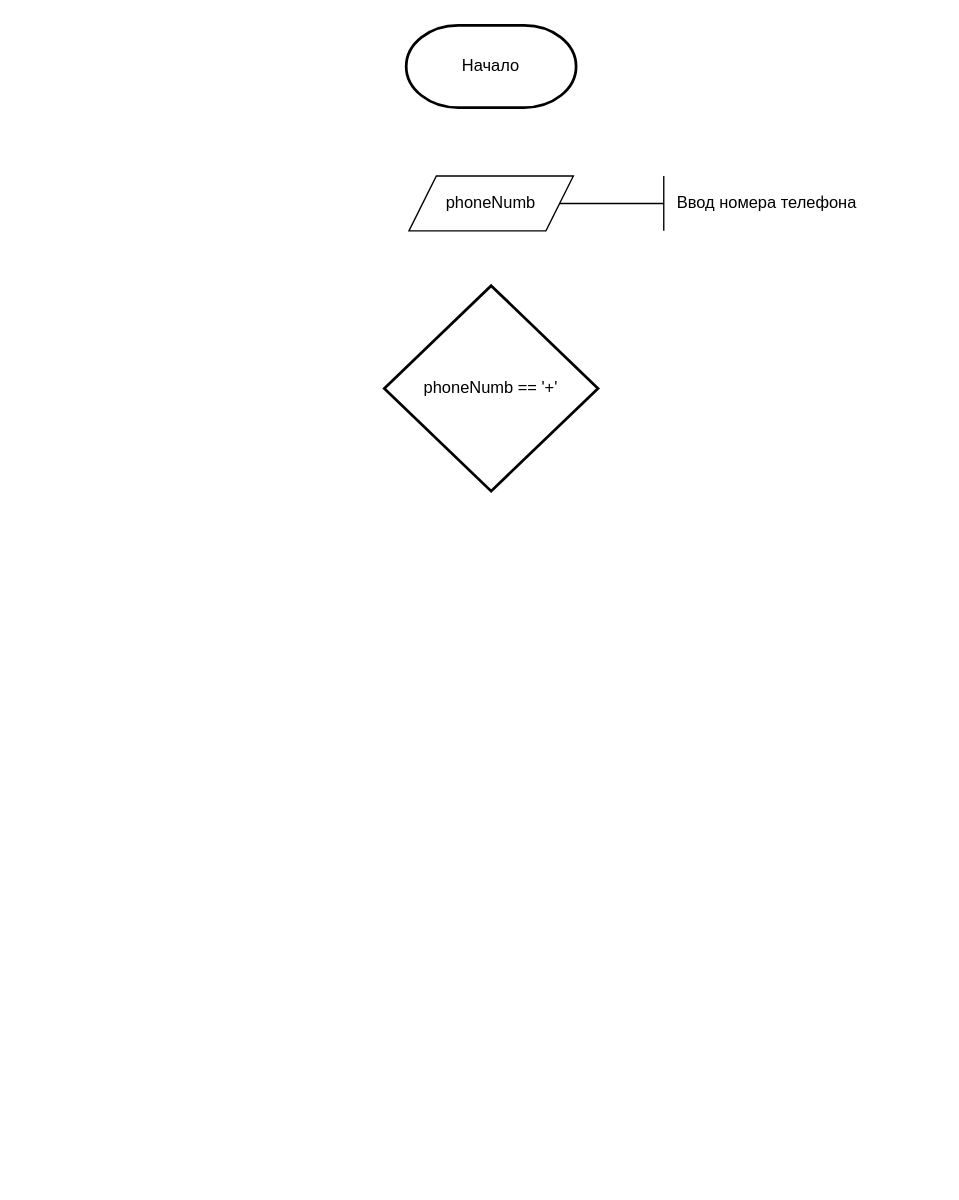
Earlier version of the draw.io diagram 2020glo2.drawio (FortunaMAKSIM/glo). Source tidied: cells renumbered, new cells numbered last; positions are measured from the earlier drawing's top-left corner, leaving out a move shared by most shapes. Both pictures are drawn from the tidied source at 137%, with x=0, y=0 at pixel (384, 25).
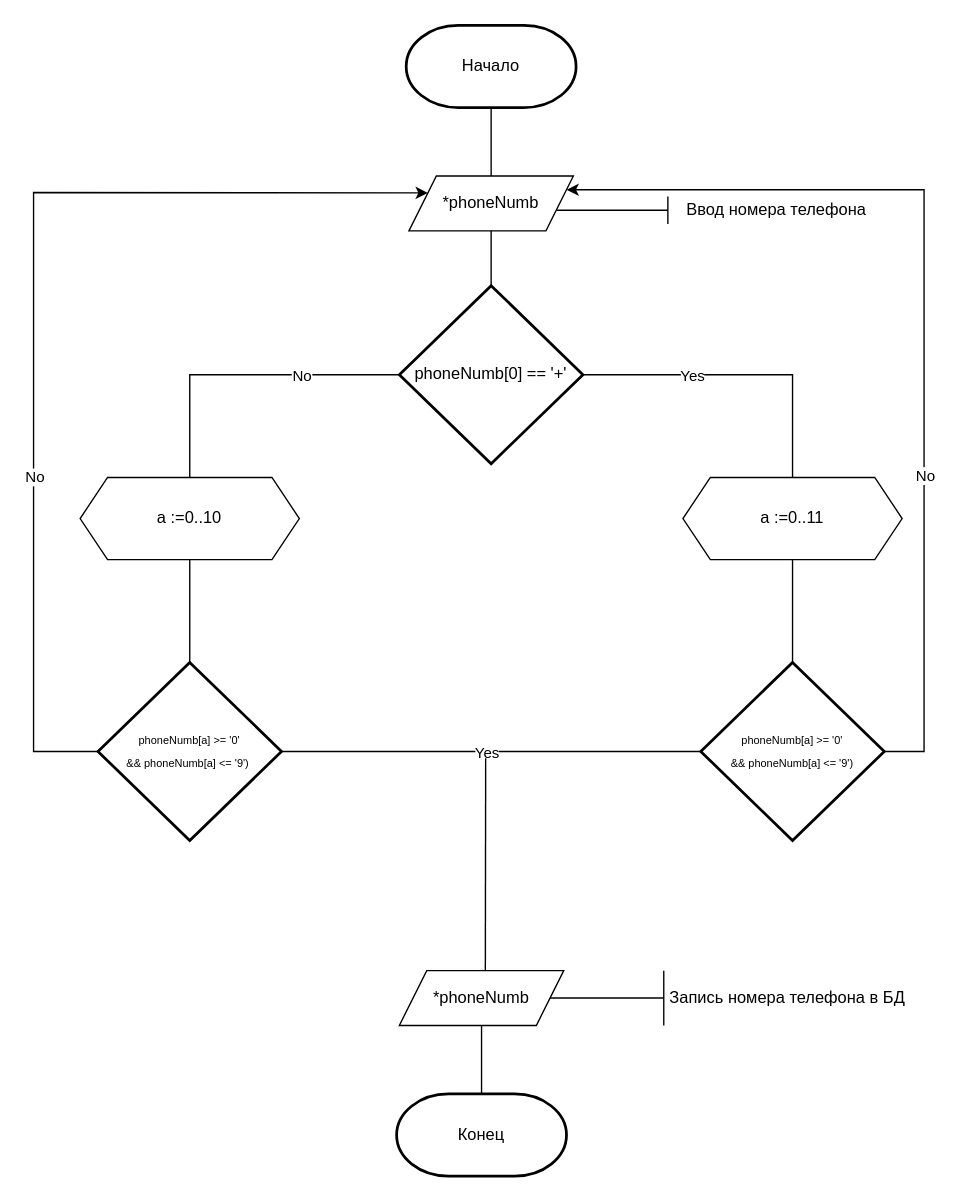
Above is the later version.

The change refers to these unchanged cells:
```xml
<mxCell id="2" value="Начало" style="strokeWidth=2;html=1;shape=mxgraph.flowchart.terminator;whiteSpace=wrap;" parent="1" vertex="1">
  <mxGeometry x="16" width="124" height="60" as="geometry" />
</mxCell>
```

The edit, as a diff of the source:
```diff
@@
-    <mxCell id="3" value="phoneNumb" style="shape=parallelogram;perimeter=parallelogramPerimeter;whiteSpace=wrap;html=1;fixedSize=1;" parent="1" vertex="1">
+    <mxCell id="3" value="*phoneNumb" style="shape=parallelogram;perimeter=parallelogramPerimeter;whiteSpace=wrap;html=1;fixedSize=1;" parent="1" vertex="1">
       <mxGeometry x="18" y="110" width="120" height="40" as="geometry" />
     </mxCell>
-    <mxCell id="4" style="endArrow=none;html=1;rounded=0;exitX=1;exitY=0.5;exitDx=0;exitDy=0;" parent="1" edge="1" source="3">
+    <mxCell id="4" style="endArrow=none;html=1;rounded=0;exitX=0.897;exitY=0.625;exitDx=0;exitDy=0;exitPerimeter=0;" parent="1" edge="1" source="3">
       <mxGeometry relative="1" as="geometry">
-        <mxPoint x="204" y="130" as="targetPoint" />
+        <mxPoint x="207" y="135" as="targetPoint" />
       </mxGeometry>
     </mxCell>
     <mxCell id="5" style="endArrow=none;html=1;rounded=0;" parent="1" edge="1">
       <mxGeometry relative="1" as="geometry">
-        <mxPoint x="204" y="150" as="sourcePoint" />
-        <mxPoint x="204" y="110" as="targetPoint" />
+        <mxPoint x="207" y="145" as="sourcePoint" />
+        <mxPoint x="207" y="125" as="targetPoint" />
       </mxGeometry>
     </mxCell>
     <mxCell id="6" value="Ввод номера телефона" style="text;html=1;align=center;verticalAlign=middle;strokeColor=none;fillColor=none;" parent="1" vertex="1">
-      <mxGeometry x="204" y="115" width="150" height="30" as="geometry" />
+      <mxGeometry x="211" y="120" width="150" height="30" as="geometry" />
     </mxCell>
-    <mxCell id="7" value="phoneNumb == '+'" style="strokeWidth=2;html=1;shape=mxgraph.flowchart.decision;whiteSpace=wrap;" parent="1" vertex="1">
-      <mxGeometry y="190" width="156" height="150" as="geometry" />
+    <mxCell id="7" value="phoneNumb[0] == '+'" style="strokeWidth=2;html=1;shape=mxgraph.flowchart.decision;whiteSpace=wrap;" parent="1" vertex="1">
+      <mxGeometry x="11" y="190" width="134" height="130" as="geometry" />
     </mxCell>
+    <mxCell id="8" value="a :=0..10" style="shape=hexagon;perimeter=hexagonPerimeter2;whiteSpace=wrap;html=1;fixedSize=1;" parent="1" vertex="1">
+      <mxGeometry x="-222" y="330" width="160" height="60" as="geometry" />
+    </mxCell>
+    <mxCell id="9" value="a :=0..11" style="shape=hexagon;perimeter=hexagonPerimeter2;whiteSpace=wrap;html=1;fixedSize=1;" parent="1" vertex="1">
+      <mxGeometry x="218" y="330" width="160" height="60" as="geometry" />
+    </mxCell>
+    <mxCell id="10" style="endArrow=none;html=1;rounded=0;edgeStyle=orthogonalEdgeStyle;entryX=0;entryY=0.5;entryDx=0;entryDy=0;entryPerimeter=0;exitX=0.5;exitY=0;exitDx=0;exitDy=0;" parent="1" edge="1" source="8" target="7">
+      <mxGeometry relative="1" as="geometry" />
+    </mxCell>
+    <mxCell id="11" value="No" style="edgeLabel;html=1;align=center;verticalAlign=middle;" parent="10" vertex="1">
+      <mxGeometry x="0.4" relative="1" as="geometry">
+        <mxPoint x="-4" as="offset" />
+      </mxGeometry>
+    </mxCell>
+    <mxCell id="12" style="endArrow=none;html=1;rounded=0;edgeStyle=orthogonalEdgeStyle;exitX=1;exitY=0.5;exitDx=0;exitDy=0;exitPerimeter=0;entryX=0.5;entryY=0;entryDx=0;entryDy=0;" parent="1" edge="1" source="7" target="9">
+      <mxGeometry relative="1" as="geometry" />
+    </mxCell>
+    <mxCell id="13" value="Yes" style="edgeLabel;html=1;align=center;verticalAlign=middle;" parent="12" vertex="1">
+      <mxGeometry x="-0.27" y="1" relative="1" as="geometry">
+        <mxPoint x="-4" y="1" as="offset" />
+      </mxGeometry>
+    </mxCell>
+    <mxCell id="14" value="&lt;p style=&quot;line-height: 120%;&quot;&gt;&lt;font style=&quot;font-size: 8px;&quot;&gt;&lt;span style=&quot;background-color: initial;&quot;&gt;phoneNumb[a]&lt;/span&gt;&amp;nbsp;&amp;gt;= '0' &amp;amp;&amp;amp;&amp;nbsp;&lt;span style=&quot;background-color: initial;&quot;&gt;phoneNumb[a]&lt;/span&gt;&lt;span style=&quot;background-color: initial;&quot;&gt;&amp;nbsp;&amp;lt;= '9')&lt;/span&gt;&lt;/font&gt;&lt;/p&gt;" style="strokeWidth=2;html=1;shape=mxgraph.flowchart.decision;whiteSpace=wrap;" parent="1" vertex="1">
+      <mxGeometry x="231" y="465" width="134" height="130" as="geometry" />
+    </mxCell>
+    <mxCell id="15" value="&lt;p style=&quot;line-height: 120%;&quot;&gt;&lt;font style=&quot;font-size: 8px;&quot;&gt;&lt;span style=&quot;background-color: initial;&quot;&gt;phoneNumb[a]&lt;/span&gt;&amp;nbsp;&amp;gt;= '0' &amp;amp;&amp;amp;&amp;nbsp;&lt;span style=&quot;background-color: initial;&quot;&gt;phoneNumb[a]&lt;/span&gt;&lt;span style=&quot;background-color: initial;&quot;&gt;&amp;nbsp;&amp;lt;= '9')&amp;nbsp;&lt;/span&gt;&lt;/font&gt;&lt;/p&gt;" style="strokeWidth=2;html=1;shape=mxgraph.flowchart.decision;whiteSpace=wrap;" parent="1" vertex="1">
+      <mxGeometry x="-209" y="465" width="134" height="130" as="geometry" />
+    </mxCell>
+    <mxCell id="16" style="endArrow=none;html=1;rounded=0;exitX=1;exitY=0.5;exitDx=0;exitDy=0;exitPerimeter=0;entryX=0;entryY=0.5;entryDx=0;entryDy=0;entryPerimeter=0;" parent="1" edge="1" source="15" target="14">
+      <mxGeometry relative="1" as="geometry" />
+    </mxCell>
+    <mxCell id="17" value="Yes" style="edgeLabel;html=1;align=center;verticalAlign=middle;" parent="16" vertex="1">
+      <mxGeometry x="-0.02" y="1" relative="1" as="geometry">
+        <mxPoint x="-1" y="1" as="offset" />
+      </mxGeometry>
+    </mxCell>
+    <mxCell id="18" style="endArrow=none;html=1;rounded=0;exitX=0.523;exitY=0.001;exitDx=0;exitDy=0;exitPerimeter=0;" parent="1" edge="1" source="19">
+      <mxGeometry relative="1" as="geometry">
+        <mxPoint x="74" y="535" as="targetPoint" />
+      </mxGeometry>
+    </mxCell>
+    <mxCell id="19" value="*phoneNumb" style="shape=parallelogram;perimeter=parallelogramPerimeter;whiteSpace=wrap;html=1;fixedSize=1;" parent="1" vertex="1">
+      <mxGeometry x="11" y="690" width="120" height="40" as="geometry" />
+    </mxCell>
+    <mxCell id="20" style="endArrow=none;html=1;rounded=0;exitX=1;exitY=0.5;exitDx=0;exitDy=0;" parent="1" edge="1" source="19">
+      <mxGeometry relative="1" as="geometry">
+        <mxPoint x="204" y="710" as="targetPoint" />
+      </mxGeometry>
+    </mxCell>
+    <mxCell id="21" style="endArrow=none;html=1;rounded=0;" parent="1" edge="1">
+      <mxGeometry relative="1" as="geometry">
+        <mxPoint x="204" y="730" as="sourcePoint" />
+        <mxPoint x="204" y="690" as="targetPoint" />
+      </mxGeometry>
+    </mxCell>
+    <mxCell id="22" value="Запись номера телефона в БД" style="text;html=1;align=center;verticalAlign=middle;strokeColor=none;fillColor=none;" parent="1" vertex="1">
+      <mxGeometry x="194" y="695" width="200" height="30" as="geometry" />
+    </mxCell>
+    <mxCell id="23" value="Конец" style="strokeWidth=2;html=1;shape=mxgraph.flowchart.terminator;whiteSpace=wrap;" parent="1" vertex="1">
+      <mxGeometry x="9" y="780" width="124" height="60" as="geometry" />
+    </mxCell>
+    <mxCell id="24" style="endArrow=none;html=1;rounded=0;entryX=0.5;entryY=1;entryDx=0;entryDy=0;exitX=0.5;exitY=0;exitDx=0;exitDy=0;exitPerimeter=0;" parent="1" edge="1" source="23" target="19">
+      <mxGeometry relative="1" as="geometry" />
+    </mxCell>
+    <mxCell id="25" style="endArrow=none;html=1;rounded=0;entryX=0.5;entryY=1;entryDx=0;entryDy=0;exitX=0.5;exitY=0;exitDx=0;exitDy=0;exitPerimeter=0;" parent="1" edge="1" source="15" target="8">
+      <mxGeometry relative="1" as="geometry" />
+    </mxCell>
+    <mxCell id="26" style="endArrow=none;html=1;rounded=0;entryX=0.5;entryY=1;entryDx=0;entryDy=0;exitX=0.5;exitY=0;exitDx=0;exitDy=0;exitPerimeter=0;" parent="1" edge="1" source="14" target="9">
+      <mxGeometry relative="1" as="geometry" />
+    </mxCell>
+    <mxCell id="27" style="endArrow=none;html=1;rounded=0;edgeStyle=orthogonalEdgeStyle;entryX=0;entryY=0.5;entryDx=0;entryDy=0;entryPerimeter=0;exitX=0;exitY=0.25;exitDx=0;exitDy=0;endFill=0;startArrow=classic;startFill=1;" parent="1" edge="1" source="3" target="15">
+      <mxGeometry relative="1" as="geometry">
+        <Array as="points">
+          <mxPoint x="28" y="122" />
+          <mxPoint x="-256" y="122" />
+          <mxPoint x="-256" y="530" />
+        </Array>
+      </mxGeometry>
+    </mxCell>
+    <mxCell id="28" value="No" style="edgeLabel;html=1;align=center;verticalAlign=middle;" parent="27" vertex="1">
+      <mxGeometry x="0.32" relative="1" as="geometry">
+        <mxPoint y="5" as="offset" />
+      </mxGeometry>
+    </mxCell>
+    <mxCell id="29" style="endArrow=classic;html=1;rounded=0;edgeStyle=orthogonalEdgeStyle;exitX=1;exitY=0.5;exitDx=0;exitDy=0;exitPerimeter=0;entryX=0.958;entryY=0.252;entryDx=0;entryDy=0;entryPerimeter=0;startArrow=none;startFill=0;endFill=1;" parent="1" edge="1" source="14" target="3">
+      <mxGeometry relative="1" as="geometry">
+        <Array as="points">
+          <mxPoint x="394" y="530" />
+          <mxPoint x="394" y="120" />
+          <mxPoint x="144" y="120" />
+        </Array>
+      </mxGeometry>
+    </mxCell>
+    <mxCell id="30" value="No" style="edgeLabel;html=1;align=center;verticalAlign=middle;" parent="29" vertex="1">
+      <mxGeometry x="-0.33" y="-1" relative="1" as="geometry">
+        <mxPoint x="-1" y="4" as="offset" />
+      </mxGeometry>
+    </mxCell>
+    <mxCell id="31" style="endArrow=none;html=1;rounded=0;entryX=0.5;entryY=1;entryDx=0;entryDy=0;entryPerimeter=0;exitX=0.5;exitY=0;exitDx=0;exitDy=0;" parent="1" edge="1" source="3" target="2">
+      <mxGeometry relative="1" as="geometry" />
+    </mxCell>
+    <mxCell id="32" style="endArrow=none;html=1;rounded=0;entryX=0.5;entryY=1;entryDx=0;entryDy=0;exitX=0.5;exitY=0;exitDx=0;exitDy=0;exitPerimeter=0;" parent="1" edge="1" source="7" target="3">
+      <mxGeometry relative="1" as="geometry" />
+    </mxCell>
```
